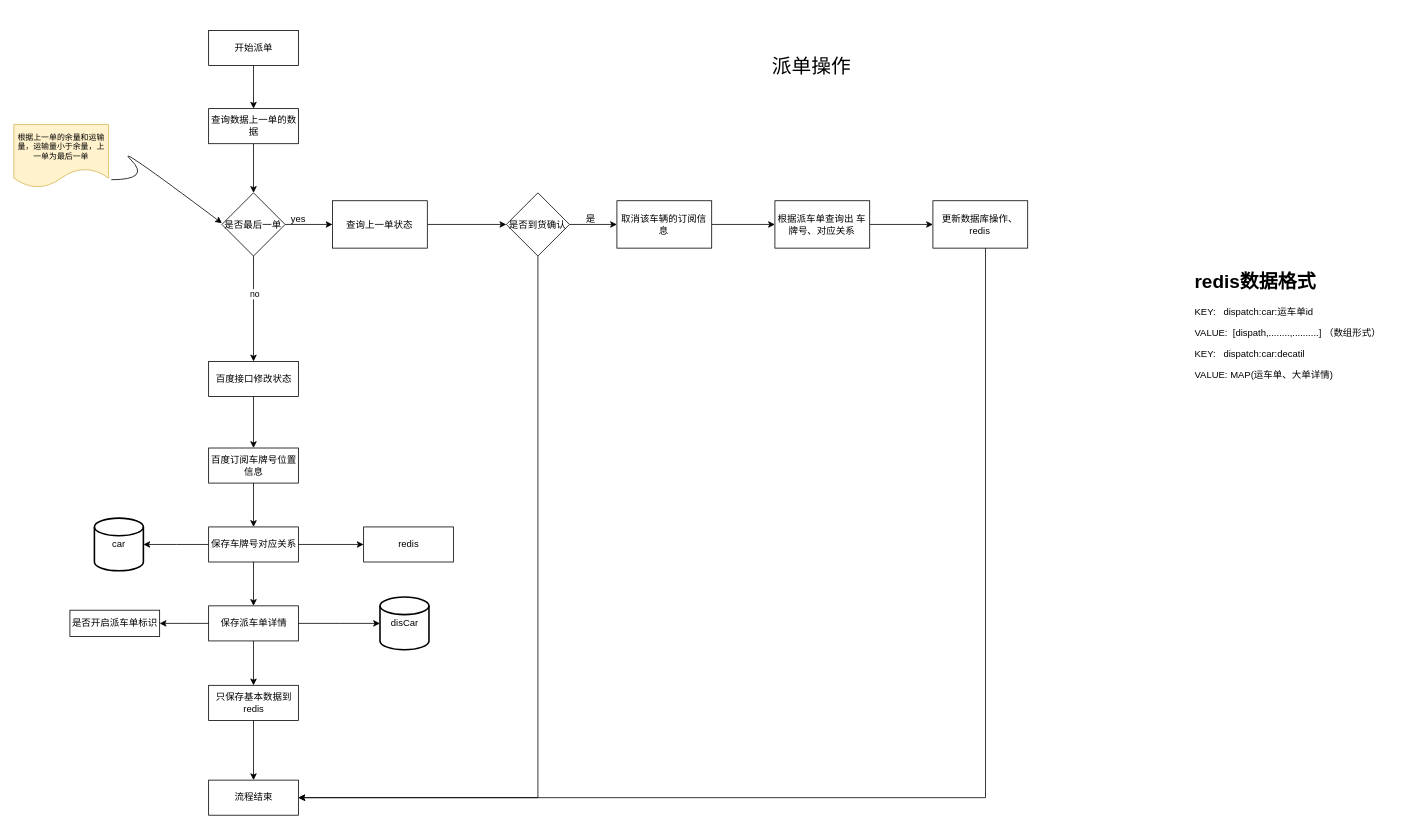
anqingjieer/blog keeps this draw.io diagram as page "派车单开始" (2 of 3) of docs/短倒智能流程图.drawio. Above is the earlier version. Source tidied: cells renumbered, new cells numbered last; positions are measured from the earlier drawing's top-left corner, leaving out a move shared by most shapes. Both pictures are drawn from the tidied source at 79%, with x=0, y=0 at pixel (13, 13).
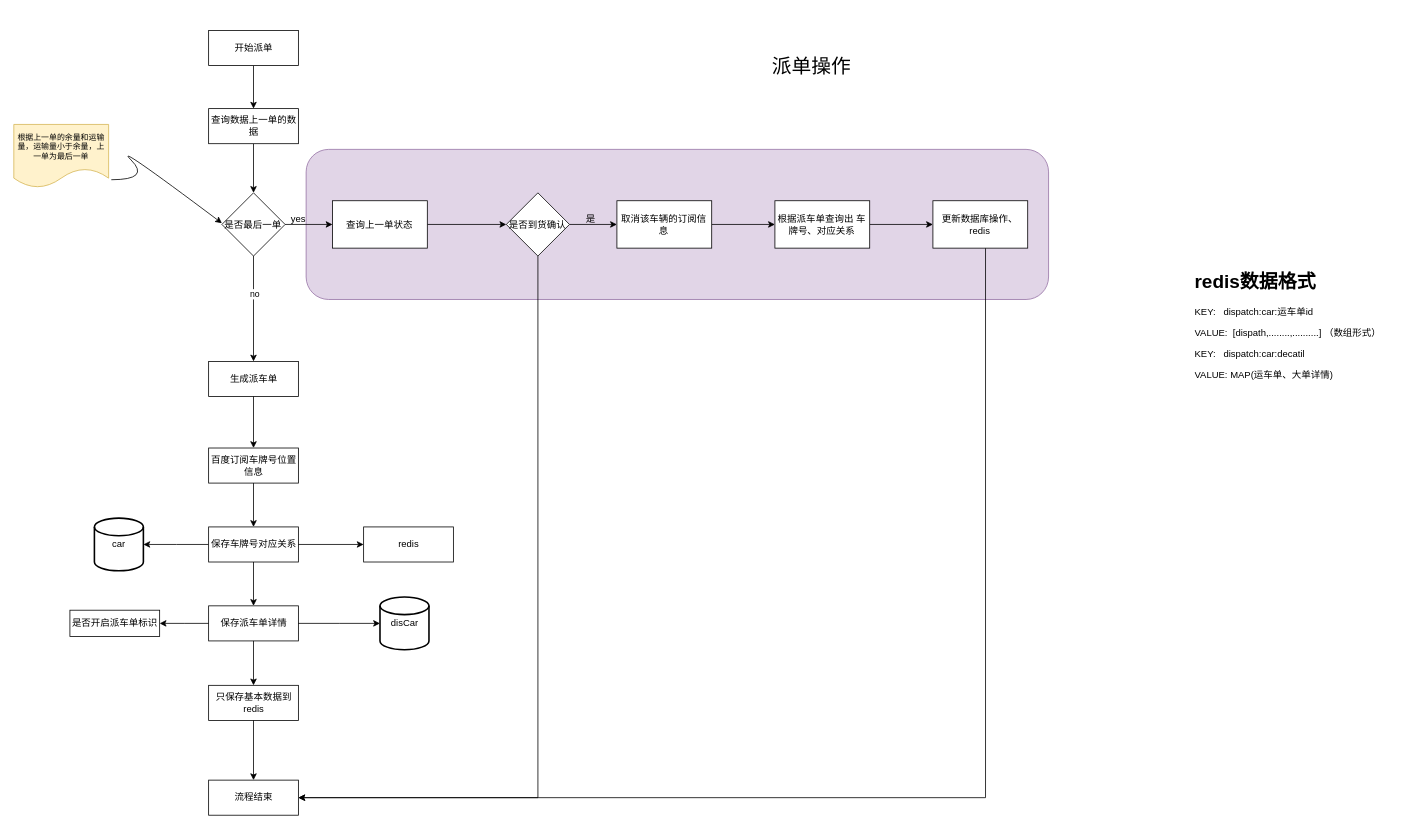
Above is the later version.

Unchanged cells that the change refers to:
```xml
<mxCell id="7" style="group;" parent="1" vertex="1">
  <mxGeometry x="71" y="440" width="485.4" height="480" as="geometry" />
</mxCell>
```

Change to the diagram source:
```diff
@@
+    <mxCell id="47" style="rounded=1;whiteSpace=wrap;html=1;fillColor=#e1d5e7;strokeColor=#9673a6;" parent="1" vertex="1">
+      <mxGeometry x="370" y="171.6" width="939.8" height="190" as="geometry" />
+    </mxCell>
@@
-    <mxCell id="8" value="百度接口修改状态" style="html=1;whiteSpace=wrap;labelBackgroundColor=none;" parent="7" vertex="1">
+    <mxCell id="8" value="生成派车单" style="html=1;whiteSpace=wrap;labelBackgroundColor=none;" parent="7" vertex="1">
       <mxGeometry x="175.6" width="113.6" height="44.4" as="geometry" />
     </mxCell>
```
